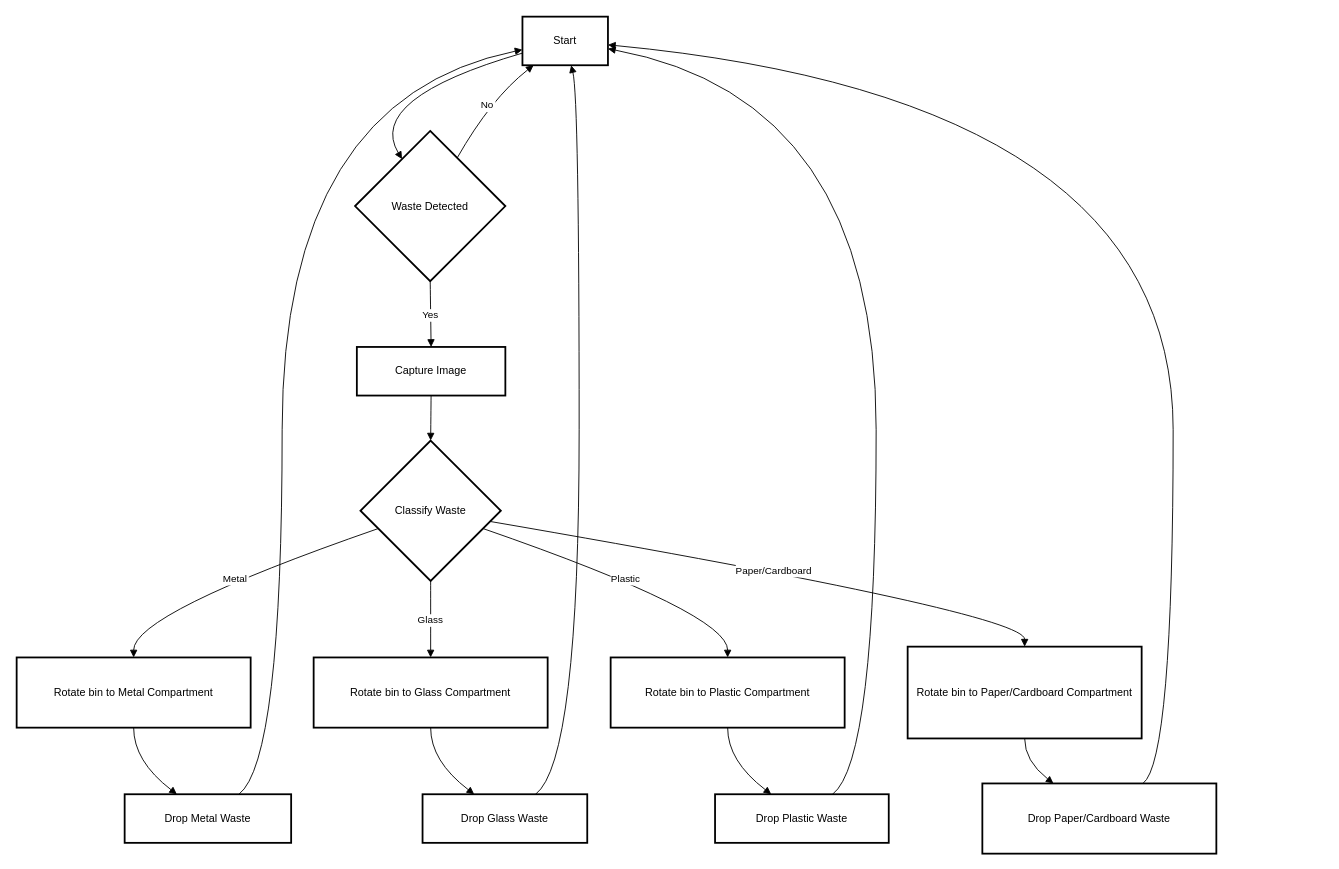
Above: Untitled Diagram.drawio in itsfazalkhan/draw.io (draw.io), before the change. Source tidied: cells renumbered, new cells numbered last; positions are measured from the earlier drawing's top-left corner, leaving out a move shared by most shapes. Both pictures are drawn from the tidied source at 90%, with x=0, y=0 at pixel (16, 16).
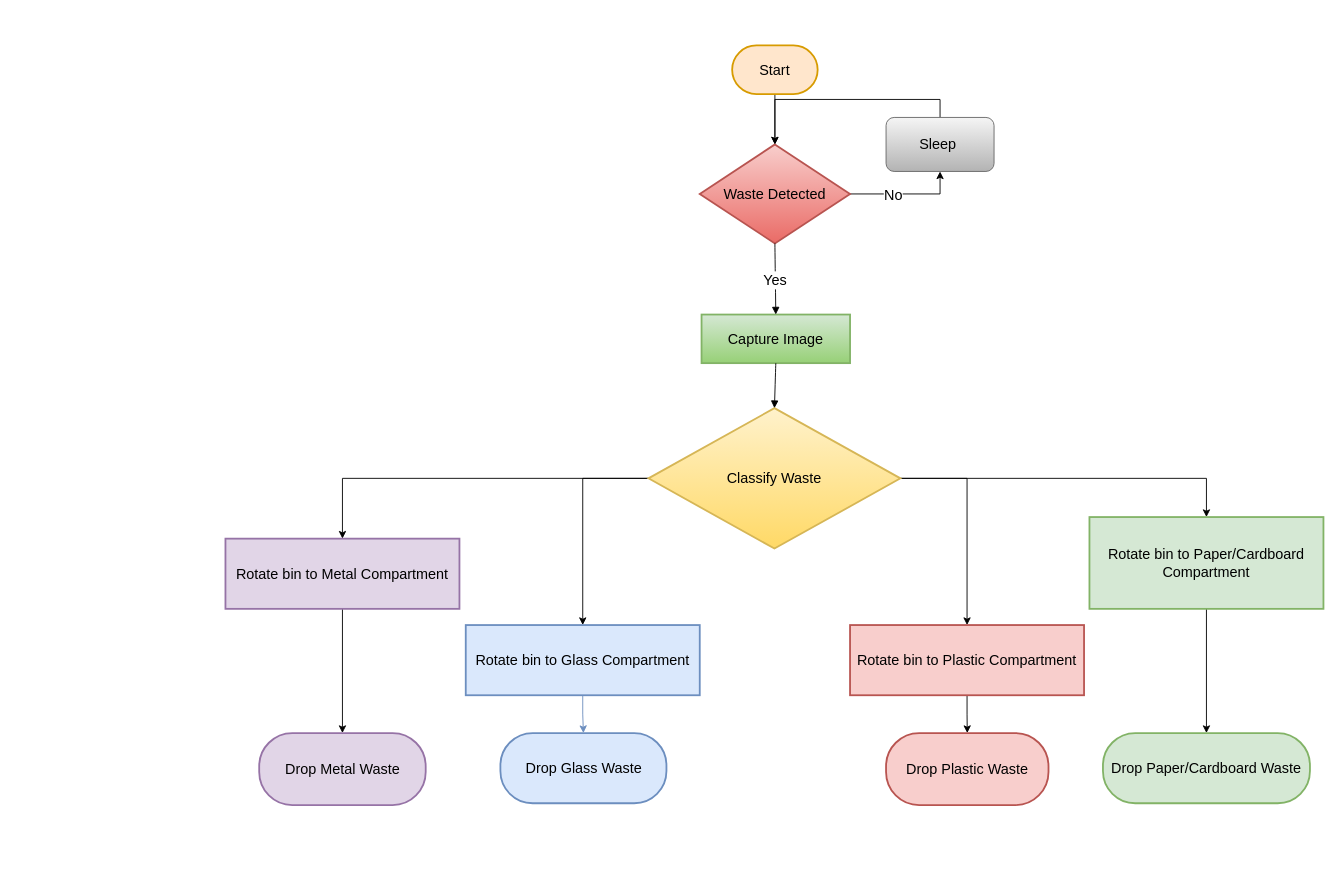
The same page after the edit.

Diff of the diagram source:
```diff
@@
+    <mxCell id="14" style="edgeStyle=orthogonalEdgeStyle;rounded=0;jettySize=auto;html=1;exitX=0.5;exitY=1;exitDx=0;exitDy=0;entryX=0.5;entryY=0;entryDx=0;entryDy=0;fontSize=16;" parent="1" edge="1" source="2" target="3">
+      <mxGeometry relative="1" as="geometry" />
+    </mxCell>
-    <mxCell id="2" value="Start" style="whiteSpace=wrap;strokeWidth=2;" parent="1" vertex="1">
-      <mxGeometry x="562" width="95" height="54" as="geometry" />
+    <mxCell id="2" value="Start" style="whiteSpace=wrap;strokeWidth=2;arcSize=100;absoluteArcSize=1;rounded=1;fontSize=16;labelBackgroundColor=none;fillColor=#ffe6cc;strokeColor=#d79b00;" parent="1" vertex="1">
+      <mxGeometry x="795" y="32" width="95" height="54" as="geometry" />
     </mxCell>
+    <mxCell id="30" style="edgeStyle=orthogonalEdgeStyle;rounded=0;jettySize=auto;html=1;exitX=1;exitY=0.5;exitDx=0;exitDy=0;entryX=0.5;entryY=1;entryDx=0;entryDy=0;" parent="1" edge="1" source="3" target="32">
+      <mxGeometry relative="1" as="geometry" />
+    </mxCell>
+    <mxCell id="25" value="No" style="edgeLabel;html=1;align=center;verticalAlign=middle;fontSize=16;" parent="30" vertex="1">
+      <mxGeometry x="-0.25" relative="1" as="geometry" />
+    </mxCell>
-    <mxCell id="3" value="Waste Detected" style="rhombus;strokeWidth=2;whiteSpace=wrap;" parent="1" vertex="1">
-      <mxGeometry x="376" y="127" width="167" height="167" as="geometry" />
+    <mxCell id="3" value="Waste Detected" style="rhombus;strokeWidth=2;whiteSpace=wrap;fontSize=16;fillColor=#f8cecc;gradientColor=#ea6b66;strokeColor=#b85450;" parent="1" vertex="1">
+      <mxGeometry x="759" y="142" width="167" height="110" as="geometry" />
     </mxCell>
-    <mxCell id="4" value="Capture Image" style="whiteSpace=wrap;strokeWidth=2;" parent="1" vertex="1">
-      <mxGeometry x="378" y="367" width="165" height="54" as="geometry" />
+    <mxCell id="4" value="Capture Image" style="whiteSpace=wrap;strokeWidth=2;fontSize=16;fillColor=#d5e8d4;gradientColor=#97d077;strokeColor=#82b366;" parent="1" vertex="1">
+      <mxGeometry x="761" y="331" width="165" height="54" as="geometry" />
     </mxCell>
+    <mxCell id="17" style="edgeStyle=orthogonalEdgeStyle;rounded=0;jettySize=auto;html=1;exitX=0;exitY=0.5;exitDx=0;exitDy=0;entryX=0.5;entryY=0;entryDx=0;entryDy=0;fontSize=16;" parent="1" edge="1" source="5" target="6">
+      <mxGeometry relative="1" as="geometry" />
+    </mxCell>
+    <mxCell id="18" style="edgeStyle=orthogonalEdgeStyle;rounded=0;jettySize=auto;html=1;exitX=0;exitY=0.5;exitDx=0;exitDy=0;entryX=0.5;entryY=0;entryDx=0;entryDy=0;fontSize=16;" parent="1" edge="1" source="5" target="7">
+      <mxGeometry relative="1" as="geometry" />
+    </mxCell>
+    <mxCell id="20" style="edgeStyle=orthogonalEdgeStyle;rounded=0;jettySize=auto;html=1;exitX=1;exitY=0.5;exitDx=0;exitDy=0;entryX=0.5;entryY=0;entryDx=0;entryDy=0;fontSize=16;" parent="1" edge="1" source="5" target="9">
+      <mxGeometry relative="1" as="geometry" />
+    </mxCell>
+    <mxCell id="19" style="edgeStyle=orthogonalEdgeStyle;rounded=0;jettySize=auto;html=1;exitX=1;exitY=0.5;exitDx=0;exitDy=0;entryX=0.5;entryY=0;entryDx=0;entryDy=0;fontSize=16;" parent="1" edge="1" source="5" target="8">
+      <mxGeometry relative="1" as="geometry" />
+    </mxCell>
-    <mxCell id="5" value="Classify Waste" style="rhombus;strokeWidth=2;whiteSpace=wrap;" parent="1" vertex="1">
-      <mxGeometry x="382" y="471" width="156" height="156" as="geometry" />
+    <mxCell id="5" value="Classify Waste" style="rhombus;strokeWidth=2;whiteSpace=wrap;fontSize=16;fillColor=#fff2cc;strokeColor=#d6b656;gradientColor=#ffd966;" parent="1" vertex="1">
+      <mxGeometry x="702" y="435" width="280" height="156" as="geometry" />
     </mxCell>
+    <mxCell id="21" style="edgeStyle=orthogonalEdgeStyle;rounded=0;jettySize=auto;html=1;exitX=0.5;exitY=1;exitDx=0;exitDy=0;entryX=0.5;entryY=0;entryDx=0;entryDy=0;fontSize=16;" parent="1" edge="1" source="6" target="10">
+      <mxGeometry relative="1" as="geometry" />
+    </mxCell>
-    <mxCell id="6" value="Rotate bin to Metal Compartment" style="whiteSpace=wrap;strokeWidth=2;" parent="1" vertex="1">
-      <mxGeometry y="712" width="260" height="78" as="geometry" />
+    <mxCell id="6" value="Rotate bin to Metal Compartment" style="whiteSpace=wrap;strokeWidth=2;fontSize=16;fillColor=#e1d5e7;strokeColor=#9673a6;" parent="1" vertex="1">
+      <mxGeometry x="232" y="580" width="260" height="78" as="geometry" />
     </mxCell>
+    <mxCell id="22" style="edgeStyle=orthogonalEdgeStyle;rounded=0;jettySize=auto;html=1;exitX=0.5;exitY=1;exitDx=0;exitDy=0;entryX=0.5;entryY=0;entryDx=0;entryDy=0;fontSize=16;fillColor=#dae8fc;strokeColor=#6c8ebf;" parent="1" edge="1" source="7" target="11">
+      <mxGeometry relative="1" as="geometry" />
+    </mxCell>
-    <mxCell id="7" value="Rotate bin to Glass Compartment" style="whiteSpace=wrap;strokeWidth=2;" parent="1" vertex="1">
-      <mxGeometry x="330" y="712" width="260" height="78" as="geometry" />
+    <mxCell id="7" value="Rotate bin to Glass Compartment" style="whiteSpace=wrap;strokeWidth=2;fontSize=16;fillColor=#dae8fc;strokeColor=#6c8ebf;" parent="1" vertex="1">
+      <mxGeometry x="499" y="676" width="260" height="78" as="geometry" />
     </mxCell>
+    <mxCell id="23" style="edgeStyle=orthogonalEdgeStyle;rounded=0;jettySize=auto;html=1;exitX=0.5;exitY=1;exitDx=0;exitDy=0;entryX=0.5;entryY=0;entryDx=0;entryDy=0;fontSize=16;" parent="1" edge="1" source="8" target="12">
+      <mxGeometry relative="1" as="geometry" />
+    </mxCell>
-    <mxCell id="8" value="Rotate bin to Plastic Compartment" style="whiteSpace=wrap;strokeWidth=2;" parent="1" vertex="1">
-      <mxGeometry x="660" y="712" width="260" height="78" as="geometry" />
+    <mxCell id="8" value="Rotate bin to Plastic Compartment" style="whiteSpace=wrap;strokeWidth=2;fontSize=16;fillColor=#f8cecc;strokeColor=#b85450;" parent="1" vertex="1">
+      <mxGeometry x="926" y="676" width="260" height="78" as="geometry" />
     </mxCell>
+    <mxCell id="24" style="edgeStyle=orthogonalEdgeStyle;rounded=0;jettySize=auto;html=1;exitX=0.5;exitY=1;exitDx=0;exitDy=0;entryX=0.5;entryY=0;entryDx=0;entryDy=0;fontSize=16;" parent="1" edge="1" source="9" target="13">
+      <mxGeometry relative="1" as="geometry" />
+    </mxCell>
-    <mxCell id="9" value="Rotate bin to Paper/Cardboard Compartment" style="whiteSpace=wrap;strokeWidth=2;" parent="1" vertex="1">
-      <mxGeometry x="990" y="700" width="260" height="102" as="geometry" />
+    <mxCell id="9" value="Rotate bin to Paper/Cardboard Compartment" style="whiteSpace=wrap;strokeWidth=2;fontSize=16;fillColor=#d5e8d4;strokeColor=#82b366;" parent="1" vertex="1">
+      <mxGeometry x="1192" y="556" width="260" height="102" as="geometry" />
     </mxCell>
-    <mxCell id="10" value="Drop Metal Waste" style="whiteSpace=wrap;strokeWidth=2;" parent="1" vertex="1">
-      <mxGeometry x="120" y="864" width="185" height="54" as="geometry" />
+    <mxCell id="10" value="Drop Metal Waste" style="whiteSpace=wrap;strokeWidth=2;rounded=1;absoluteArcSize=0;arcSize=46;fontSize=16;fillColor=#e1d5e7;strokeColor=#9673a6;" parent="1" vertex="1">
+      <mxGeometry x="269.5" y="796" width="185" height="80" as="geometry" />
     </mxCell>
-    <mxCell id="11" value="Drop Glass Waste" style="whiteSpace=wrap;strokeWidth=2;" parent="1" vertex="1">
-      <mxGeometry x="451" y="864" width="183" height="54" as="geometry" />
+    <mxCell id="11" value="Drop Glass Waste" style="whiteSpace=wrap;strokeWidth=2;rounded=1;absoluteArcSize=0;arcSize=46;fontSize=16;fillColor=#dae8fc;strokeColor=#6c8ebf;" parent="1" vertex="1">
+      <mxGeometry x="537.5" y="796" width="184.5" height="78" as="geometry" />
     </mxCell>
-    <mxCell id="12" value="Drop Plastic Waste" style="whiteSpace=wrap;strokeWidth=2;" parent="1" vertex="1">
-      <mxGeometry x="776" y="864" width="193" height="54" as="geometry" />
+    <mxCell id="12" value="Drop Plastic Waste" style="whiteSpace=wrap;strokeWidth=2;rounded=1;absoluteArcSize=0;arcSize=46;fontSize=16;fillColor=#f8cecc;strokeColor=#b85450;" parent="1" vertex="1">
+      <mxGeometry x="966" y="796" width="180.5" height="80" as="geometry" />
     </mxCell>
-    <mxCell id="13" value="Drop Paper/Cardboard Waste" style="whiteSpace=wrap;strokeWidth=2;" parent="1" vertex="1">
-      <mxGeometry x="1073" y="852" width="260" height="78" as="geometry" />
+    <mxCell id="13" value="Drop Paper/Cardboard Waste" style="whiteSpace=wrap;strokeWidth=2;rounded=1;absoluteArcSize=0;arcSize=46;fontSize=16;fillColor=#d5e8d4;strokeColor=#82b366;" parent="1" vertex="1">
+      <mxGeometry x="1207" y="796" width="230" height="78" as="geometry" />
     </mxCell>
-    <mxCell id="14" style="curved=1;startArrow=none;endArrow=block;exitX=0;exitY=0.75;entryX=0.2;entryY=0;" parent="1" edge="1" source="2" target="3">
-      <mxGeometry relative="1" as="geometry">
-        <Array as="points">
-          <mxPoint x="388" y="91" />
-        </Array>
-      </mxGeometry>
-    </mxCell>
-    <mxCell id="15" value="Yes" style="curved=1;startArrow=none;endArrow=block;exitX=0.5;exitY=1;entryX=0.5;entryY=0;" parent="1" edge="1" source="3" target="4">
+    <mxCell id="15" value="Yes" style="curved=1;startArrow=none;endArrow=block;exitX=0.5;exitY=1;entryX=0.5;entryY=0;fontSize=16;" parent="1" edge="1" source="3" target="4">
       <mxGeometry relative="1" as="geometry" />
     </mxCell>
-    <mxCell id="16" style="curved=1;startArrow=none;endArrow=block;exitX=0.5;exitY=1;entryX=0.5;entryY=0;" parent="1" edge="1" source="4" target="5">
+    <mxCell id="16" style="curved=1;startArrow=none;endArrow=block;exitX=0.5;exitY=1;entryX=0.5;entryY=0;fontSize=16;" parent="1" edge="1" source="4" target="5">
       <mxGeometry relative="1" as="geometry" />
     </mxCell>
-    <mxCell id="17" value="Metal" style="curved=1;startArrow=none;endArrow=block;exitX=0;exitY=0.67;entryX=0.5;entryY=-0.01;" parent="1" edge="1" source="5" target="6">
-      <mxGeometry relative="1" as="geometry">
-        <Array as="points">
-          <mxPoint x="130" y="663" />
-        </Array>
-      </mxGeometry>
-    </mxCell>
-    <mxCell id="18" value="Glass" style="curved=1;startArrow=none;endArrow=block;exitX=0.5;exitY=1;entryX=0.5;entryY=-0.01;" parent="1" edge="1" source="5" target="7">
-      <mxGeometry relative="1" as="geometry" />
-    </mxCell>
-    <mxCell id="19" value="Plastic" style="curved=1;startArrow=none;endArrow=block;exitX=1;exitY=0.67;entryX=0.5;entryY=-0.01;" parent="1" edge="1" source="5" target="8">
-      <mxGeometry relative="1" as="geometry">
-        <Array as="points">
-          <mxPoint x="790" y="663" />
-        </Array>
-      </mxGeometry>
-    </mxCell>
-    <mxCell id="20" value="Paper/Cardboard" style="curved=1;startArrow=none;endArrow=block;exitX=1;exitY=0.59;entryX=0.5;entryY=0;" parent="1" edge="1" source="5" target="9">
-      <mxGeometry relative="1" as="geometry">
-        <Array as="points">
-          <mxPoint x="1120" y="663" />
-        </Array>
-      </mxGeometry>
-    </mxCell>
-    <mxCell id="21" style="curved=1;startArrow=none;endArrow=block;exitX=0.5;exitY=0.99;entryX=0.31;entryY=-0.01;" parent="1" edge="1" source="6" target="10">
-      <mxGeometry relative="1" as="geometry">
-        <Array as="points">
-          <mxPoint x="130" y="827" />
-        </Array>
-      </mxGeometry>
-    </mxCell>
-    <mxCell id="22" style="curved=1;startArrow=none;endArrow=block;exitX=0.5;exitY=0.99;entryX=0.31;entryY=-0.01;" parent="1" edge="1" source="7" target="11">
-      <mxGeometry relative="1" as="geometry">
-        <Array as="points">
-          <mxPoint x="460" y="827" />
-        </Array>
-      </mxGeometry>
-    </mxCell>
-    <mxCell id="23" style="curved=1;startArrow=none;endArrow=block;exitX=0.5;exitY=0.99;entryX=0.32;entryY=-0.01;" parent="1" edge="1" source="8" target="12">
-      <mxGeometry relative="1" as="geometry">
-        <Array as="points">
-          <mxPoint x="790" y="827" />
-        </Array>
-      </mxGeometry>
-    </mxCell>
-    <mxCell id="24" style="curved=1;startArrow=none;endArrow=block;exitX=0.5;exitY=1;entryX=0.3;entryY=-0.01;" parent="1" edge="1" source="9" target="13">
-      <mxGeometry relative="1" as="geometry">
-        <Array as="points">
-          <mxPoint x="1120" y="827" />
-        </Array>
-      </mxGeometry>
-    </mxCell>
-    <mxCell id="25" value="No" style="curved=1;startArrow=none;endArrow=block;exitX=0.78;exitY=0;entryX=0.13;entryY=1;" parent="1" edge="1" source="3" target="2">
-      <mxGeometry relative="1" as="geometry">
-        <Array as="points">
-          <mxPoint x="527" y="91" />
-        </Array>
-      </mxGeometry>
-    </mxCell>
-    <mxCell id="26" style="curved=1;startArrow=none;endArrow=block;exitX=0.69;exitY=-0.01;entryX=0;entryY=0.68;" parent="1" edge="1" source="10" target="2">
-      <mxGeometry relative="1" as="geometry">
-        <Array as="points">
-          <mxPoint x="295" y="827" />
-          <mxPoint x="295" y="91" />
-        </Array>
-      </mxGeometry>
-    </mxCell>
-    <mxCell id="27" style="curved=1;startArrow=none;endArrow=block;exitX=0.69;exitY=-0.01;entryX=0.57;entryY=1;" parent="1" edge="1" source="11" target="2">
-      <mxGeometry relative="1" as="geometry">
-        <Array as="points">
-          <mxPoint x="625" y="827" />
-          <mxPoint x="625" y="91" />
-        </Array>
-      </mxGeometry>
-    </mxCell>
-    <mxCell id="28" style="curved=1;startArrow=none;endArrow=block;exitX=0.68;exitY=-0.01;entryX=1;entryY=0.66;" parent="1" edge="1" source="12" target="2">
-      <mxGeometry relative="1" as="geometry">
-        <Array as="points">
-          <mxPoint x="955" y="827" />
-          <mxPoint x="955" y="91" />
-        </Array>
-      </mxGeometry>
-    </mxCell>
-    <mxCell id="29" style="curved=1;startArrow=none;endArrow=block;exitX=0.69;exitY=-0.01;entryX=1;entryY=0.58;" parent="1" edge="1" source="13" target="2">
-      <mxGeometry relative="1" as="geometry">
-        <Array as="points">
-          <mxPoint x="1285" y="827" />
-          <mxPoint x="1285" y="91" />
-        </Array>
-      </mxGeometry>
-    </mxCell>
+    <mxCell id="31" style="edgeStyle=orthogonalEdgeStyle;rounded=0;jettySize=auto;html=1;exitX=0.5;exitY=0;exitDx=0;exitDy=0;entryX=0.5;entryY=0;entryDx=0;entryDy=0;fontSize=16;" parent="1" edge="1" source="32" target="3">
+      <mxGeometry relative="1" as="geometry" />
+    </mxCell>
+    <mxCell id="32" value="Sleep&amp;nbsp;" style="rounded=1;whiteSpace=wrap;html=1;fontSize=16;fillColor=#f5f5f5;gradientColor=#b3b3b3;strokeColor=#666666;" parent="1" vertex="1">
+      <mxGeometry x="966" y="112" width="120" height="60" as="geometry" />
+    </mxCell>
```
